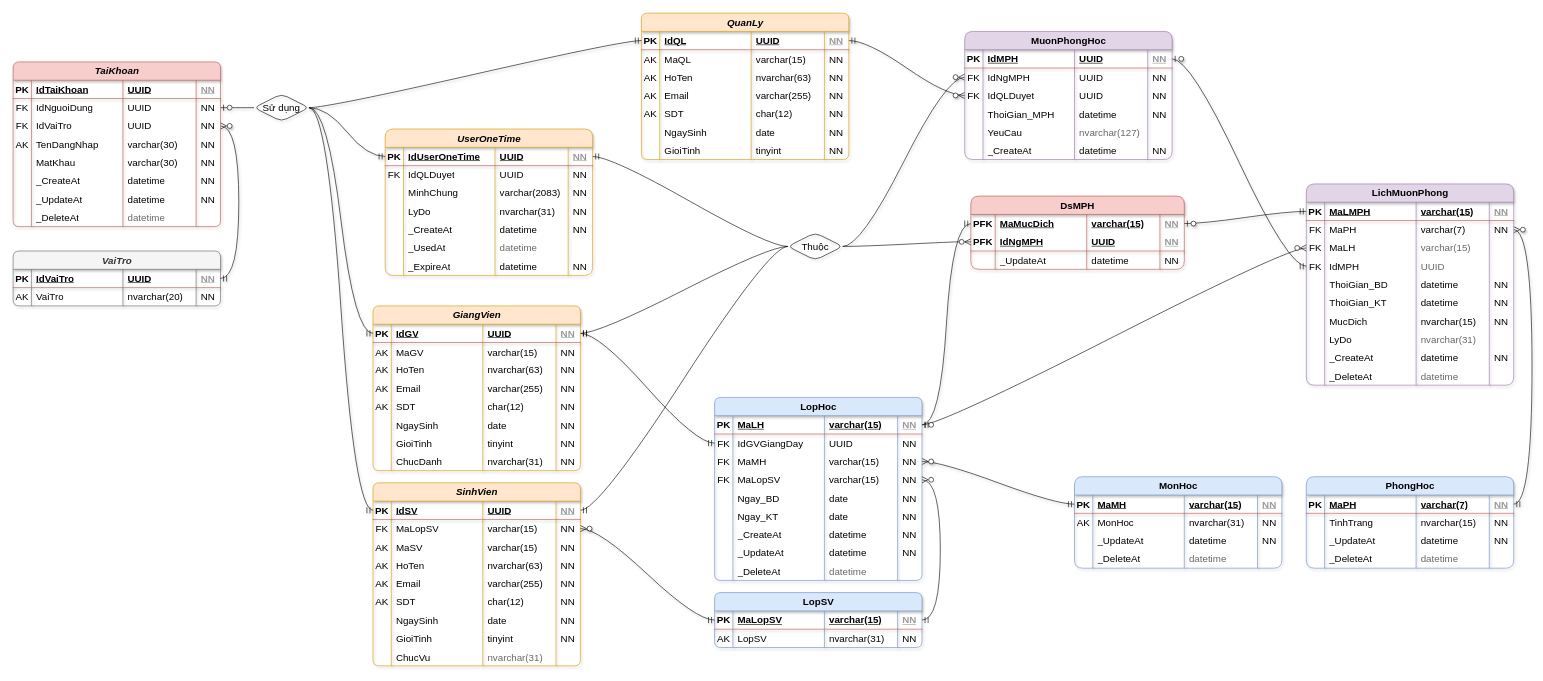
Earlier version of the draw.io diagram page "Total" (1 of 3) of Sơ đồ diagram -Complete .drawio (Chinhddemon/QlMuonPhongHoc). Source tidied: cells renumbered, new cells numbered last; positions are measured from the earlier drawing's top-left corner, leaving out a move shared by most shapes. Both pictures are drawn from the tidied source at 61%, with x=0, y=0 at pixel (13, 13).
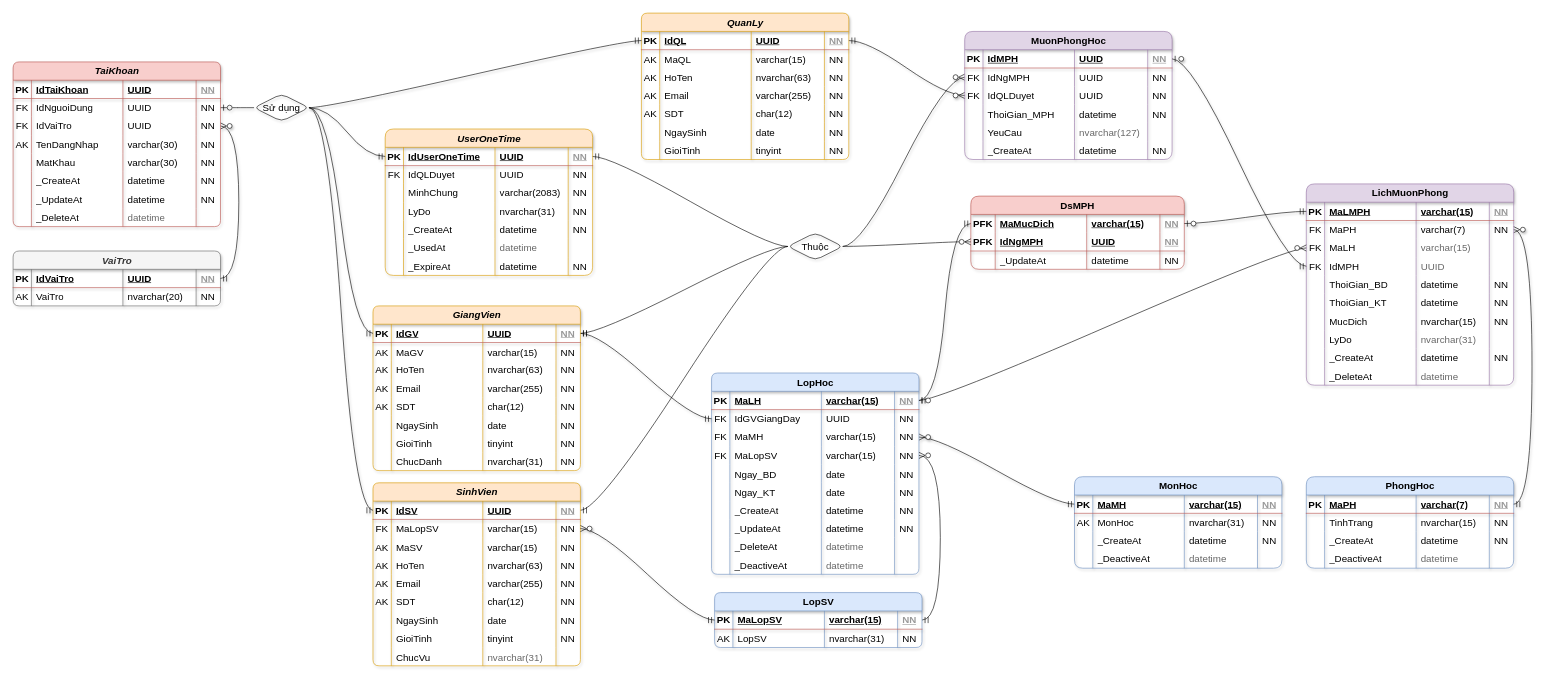
Above is the later version.

Unchanged cells that the change refers to:
```xml
<mxCell id="61" style="shape=tableRow;horizontal=0;startSize=0;swimlaneHead=0;swimlaneBody=0;fillColor=none;top=0;left=0;right=0;bottom=0;rounded=1;shadow=1;strokeColor=#b85450;strokeWidth=1;align=center;verticalAlign=middle;fontFamily=Helvetica;fontSize=16;fontColor=default;html=1;" parent="50" vertex="1">
  <mxGeometry y="90" width="340" height="30" as="geometry" />
</mxCell>
<mxCell id="66" style="shape=tableRow;horizontal=0;startSize=0;swimlaneHead=0;swimlaneBody=0;fillColor=none;top=0;left=0;right=0;bottom=0;rounded=1;shadow=1;strokeColor=#b85450;strokeWidth=1;align=center;verticalAlign=middle;fontFamily=Helvetica;fontSize=16;fontColor=default;html=1;" parent="50" vertex="1">
  <mxGeometry y="120" width="340" height="30" as="geometry" />
</mxCell>
<mxCell id="86" style="shape=tableRow;horizontal=0;startSize=0;swimlaneHead=0;swimlaneBody=0;fillColor=none;top=0;left=0;right=0;bottom=0;rounded=1;shadow=1;strokeColor=#b85450;strokeWidth=1;align=center;verticalAlign=middle;fontFamily=Helvetica;fontSize=16;fontColor=default;html=1;" parent="75" vertex="1">
  <mxGeometry y="90" width="340" height="30" as="geometry" />
</mxCell>
<mxCell id="91" style="shape=tableRow;horizontal=0;startSize=0;swimlaneHead=0;swimlaneBody=0;fillColor=none;top=0;left=0;right=0;bottom=0;rounded=1;shadow=1;strokeColor=#b85450;strokeWidth=1;align=center;verticalAlign=middle;fontFamily=Helvetica;fontSize=16;fontColor=default;html=1;" parent="75" vertex="1">
  <mxGeometry y="120" width="340" height="30" as="geometry" />
</mxCell>
```

Diff of the diagram source:
```diff
@@
     <mxCell id="4" value="LopHoc" style="shape=table;startSize=30;childLayout=tableLayout;rowLines=0;fontStyle=1;align=center;html=1;rounded=1;shadow=1;strokeColor=#6c8ebf;strokeWidth=1;verticalAlign=middle;fontFamily=Helvetica;fontSize=16;fillColor=#dae8fc;swimlaneFillColor=none;arcSize=11;" parent="1" vertex="1">
-      <mxGeometry x="1150" y="630" width="340" height="300" as="geometry" />
+      <mxGeometry x="1145" y="590" width="340" height="330" as="geometry" />
     </mxCell>
@@
+    <mxCell id="433" style="shape=tableRow;horizontal=0;startSize=0;swimlaneHead=0;swimlaneBody=0;fillColor=none;top=0;left=0;right=0;bottom=0;fontSize=16;" parent="4" vertex="1">
+      <mxGeometry y="300" width="340" height="30" as="geometry" />
+    </mxCell>
+    <mxCell id="434" style="shape=partialRectangle;fillColor=none;top=0;left=0;bottom=0;right=0;overflow=hidden;fontSize=16;" parent="433" vertex="1">
+      <mxGeometry width="30" height="30" as="geometry" />
+    </mxCell>
+    <mxCell id="435" value="_DeactiveAt" style="shape=partialRectangle;fillColor=none;top=0;left=0;bottom=0;right=0;align=left;spacingLeft=6;overflow=hidden;fontSize=16;" parent="433" vertex="1">
+      <mxGeometry x="30" width="150" height="30" as="geometry" />
+    </mxCell>
+    <mxCell id="436" value="datetime" style="shape=partialRectangle;fillColor=none;top=0;left=0;bottom=0;right=0;align=left;spacingLeft=6;overflow=hidden;fontSize=16;textOpacity=60;" parent="433" vertex="1">
+      <mxGeometry x="180" width="120" height="30" as="geometry" />
+    </mxCell>
+    <mxCell id="437" style="shape=partialRectangle;fillColor=none;top=0;left=0;bottom=0;right=0;align=left;spacingLeft=6;overflow=hidden;fontSize=16;" parent="433" vertex="1">
+      <mxGeometry x="300" width="40" height="30" as="geometry" />
+    </mxCell>
@@
-    <mxCell id="63" value="_UpdateAt" style="shape=partialRectangle;fillColor=none;top=0;left=0;bottom=0;right=0;align=left;spacingLeft=6;overflow=hidden;whiteSpace=wrap;html=1;rounded=1;shadow=1;strokeColor=#b85450;strokeWidth=1;verticalAlign=middle;fontFamily=Helvetica;fontSize=16;fontColor=default;startSize=30;" parent="61" vertex="1">
+    <mxCell id="63" value="_CreateAt" style="shape=partialRectangle;fillColor=none;top=0;left=0;bottom=0;right=0;align=left;spacingLeft=6;overflow=hidden;whiteSpace=wrap;html=1;rounded=1;shadow=1;strokeColor=#b85450;strokeWidth=1;verticalAlign=middle;fontFamily=Helvetica;fontSize=16;fontColor=default;startSize=30;" parent="61" vertex="1">
       <mxGeometry x="30" width="150" height="30" as="geometry" />
     </mxCell>
@@
-    <mxCell id="68" value="_DeleteAt" style="shape=partialRectangle;fillColor=none;top=0;left=0;bottom=0;right=0;align=left;spacingLeft=6;overflow=hidden;whiteSpace=wrap;html=1;rounded=1;shadow=1;strokeColor=#b85450;strokeWidth=1;verticalAlign=middle;fontFamily=Helvetica;fontSize=16;fontColor=default;startSize=30;" parent="66" vertex="1">
+    <mxCell id="68" value="_DeactiveAt" style="shape=partialRectangle;fillColor=none;top=0;left=0;bottom=0;right=0;align=left;spacingLeft=6;overflow=hidden;whiteSpace=wrap;html=1;rounded=1;shadow=1;strokeColor=#b85450;strokeWidth=1;verticalAlign=middle;fontFamily=Helvetica;fontSize=16;fontColor=default;startSize=30;" parent="66" vertex="1">
       <mxGeometry x="30" width="150" height="30" as="geometry" />
     </mxCell>
@@
-    <mxCell id="88" value="_UpdateAt" style="shape=partialRectangle;fillColor=none;top=0;left=0;bottom=0;right=0;align=left;spacingLeft=6;overflow=hidden;whiteSpace=wrap;html=1;rounded=1;shadow=1;strokeColor=#b85450;strokeWidth=1;verticalAlign=middle;fontFamily=Helvetica;fontSize=16;fontColor=default;startSize=30;" parent="86" vertex="1">
+    <mxCell id="88" value="_CreateAt" style="shape=partialRectangle;fillColor=none;top=0;left=0;bottom=0;right=0;align=left;spacingLeft=6;overflow=hidden;whiteSpace=wrap;html=1;rounded=1;shadow=1;strokeColor=#b85450;strokeWidth=1;verticalAlign=middle;fontFamily=Helvetica;fontSize=16;fontColor=default;startSize=30;" parent="86" vertex="1">
       <mxGeometry x="30" width="150" height="30" as="geometry" />
     </mxCell>
@@
-    <mxCell id="93" value="_DeleteAt" style="shape=partialRectangle;fillColor=none;top=0;left=0;bottom=0;right=0;align=left;spacingLeft=6;overflow=hidden;whiteSpace=wrap;html=1;rounded=1;shadow=1;strokeColor=#b85450;strokeWidth=1;verticalAlign=middle;fontFamily=Helvetica;fontSize=16;fontColor=default;startSize=30;" parent="91" vertex="1">
+    <mxCell id="93" value="_DeactiveAt" style="shape=partialRectangle;fillColor=none;top=0;left=0;bottom=0;right=0;align=left;spacingLeft=6;overflow=hidden;whiteSpace=wrap;html=1;rounded=1;shadow=1;strokeColor=#b85450;strokeWidth=1;verticalAlign=middle;fontFamily=Helvetica;fontSize=16;fontColor=default;startSize=30;" parent="91" vertex="1">
       <mxGeometry x="30" width="150" height="30" as="geometry" />
     </mxCell>
```
